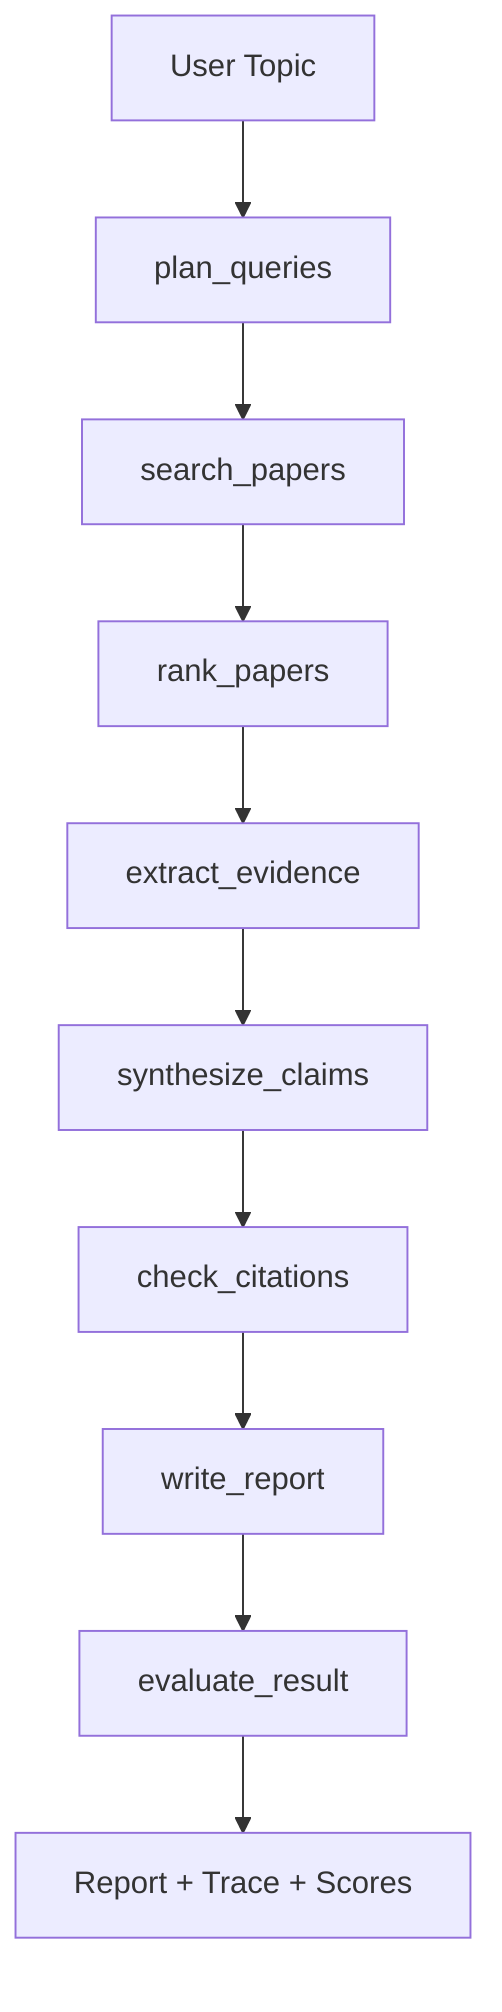
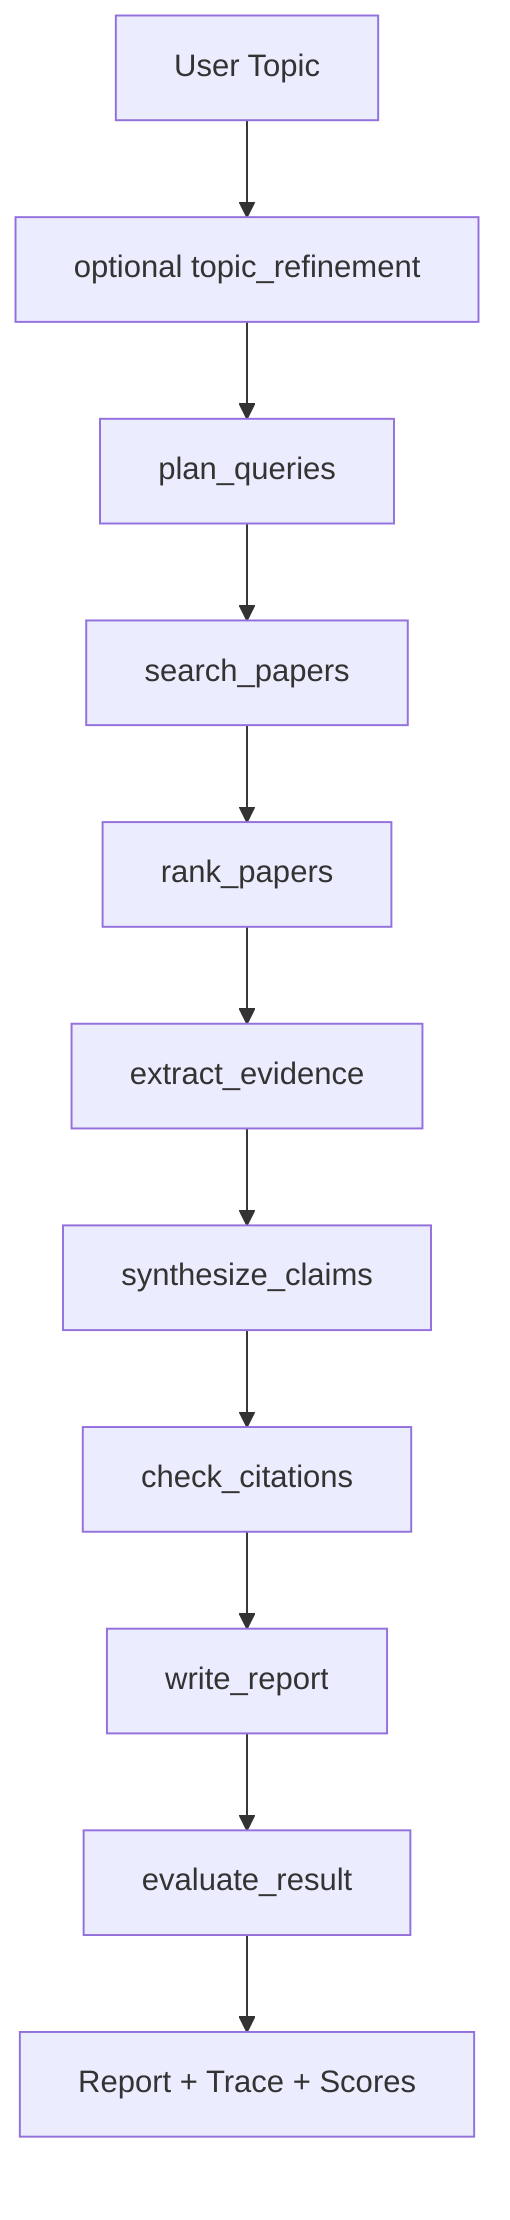
flowchart TD
-     A["User Topic"] --> B["plan_queries"]
+     A["User Topic"] --> R["optional topic_refinement"]
+     R --> B["plan_queries"]
    B --> C["search_papers"]
    C --> D["rank_papers"]
    D --> E["extract_evidence"]
    E --> F["synthesize_claims"]
    F --> G["check_citations"]
    G --> H["write_report"]
    H --> I["evaluate_result"]
    I --> J["Report + Trace + Scores"]
